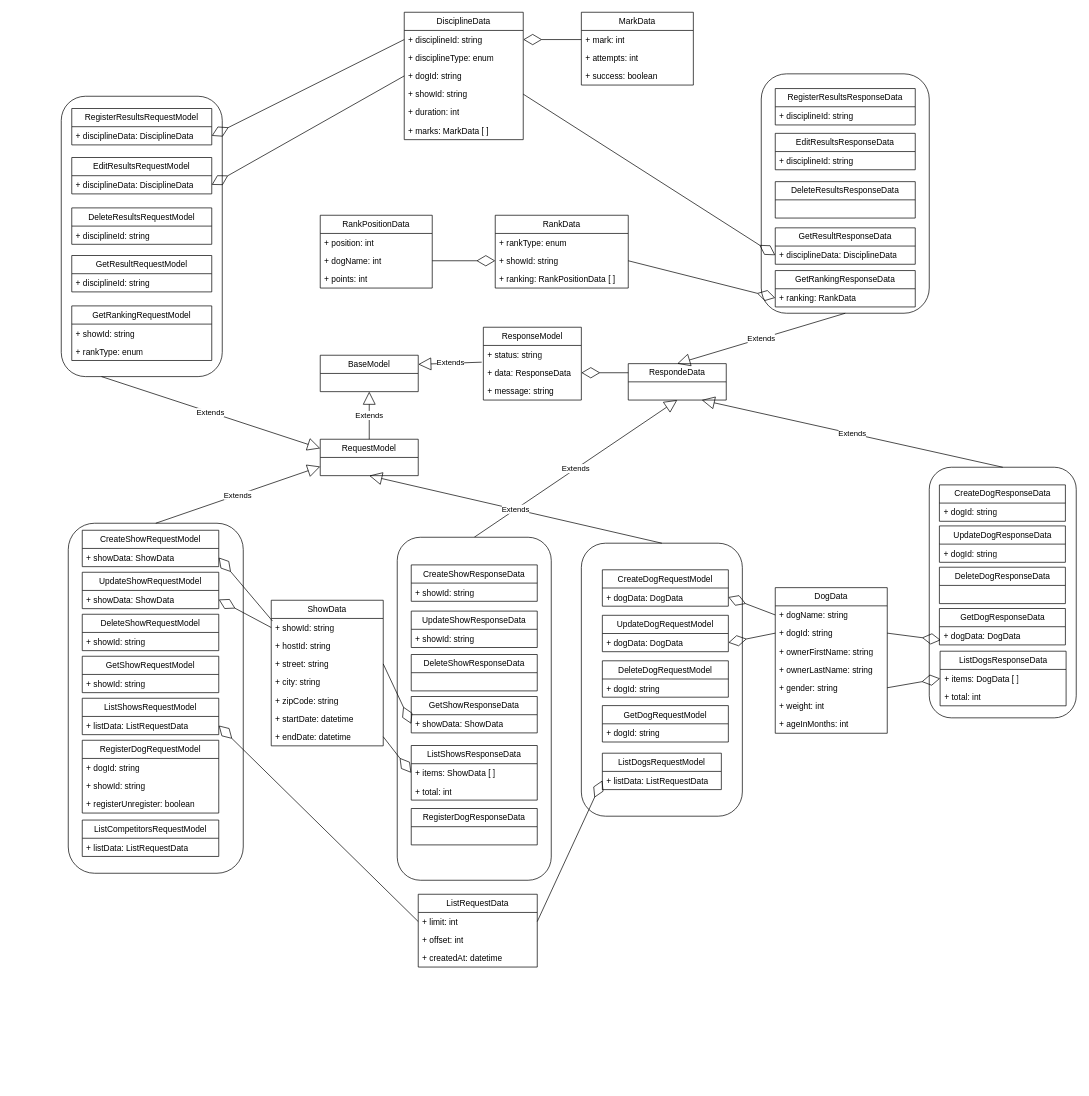
israel-lm/top-dog-show keeps this draw.io diagram as page "competition-entities" (5 of 5) of documentation/design/top-dog-show-data-model.drawio. Above is the earlier version. Source tidied: cells renumbered, new cells numbered last; positions are measured from the earlier drawing's top-left corner, leaving out a move shared by most shapes. Both pictures are drawn from the tidied source at 70%, with x=0, y=0 at pixel (12, 12).
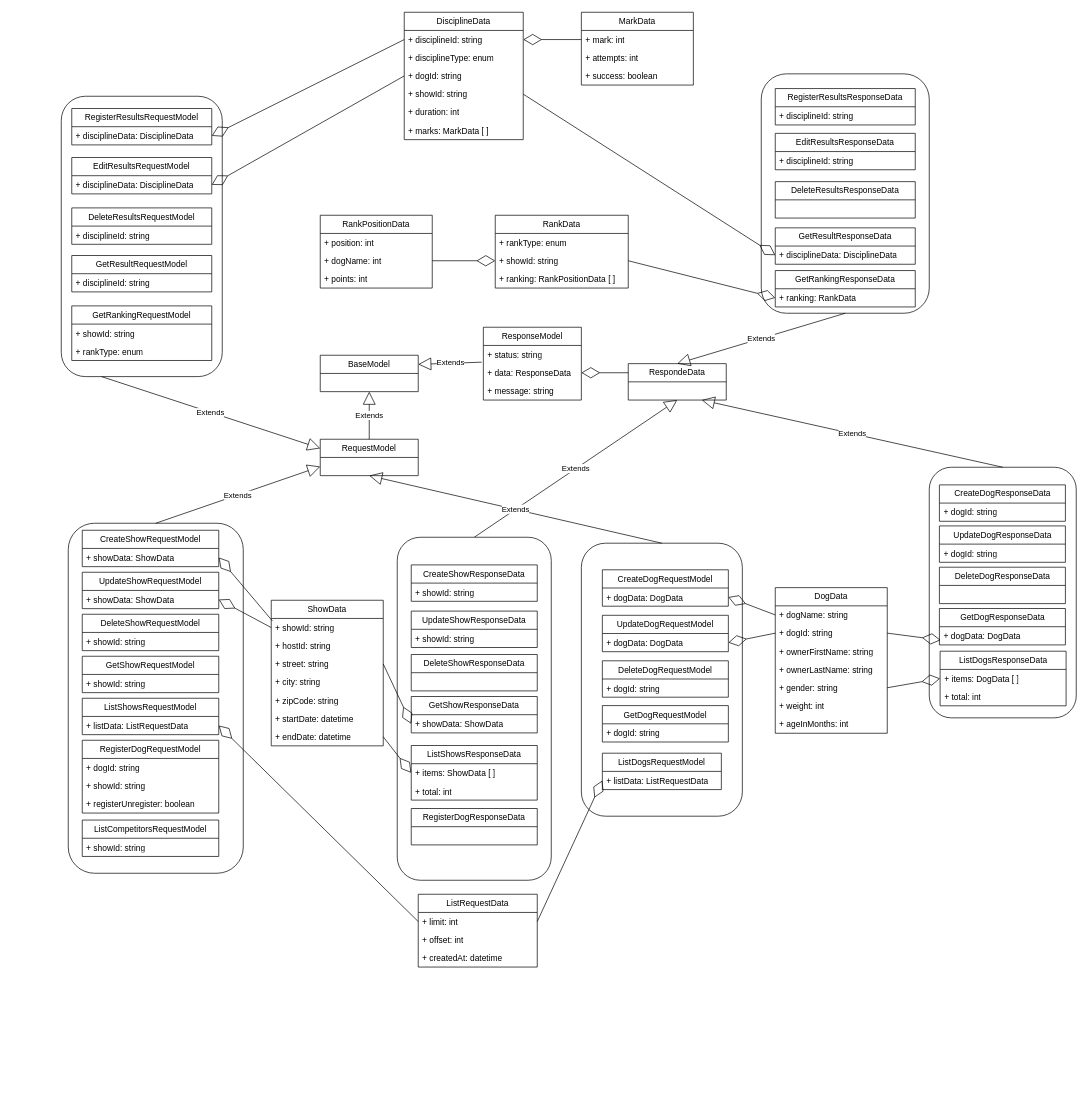
The same page after the edit.

The change refers to these unchanged cells:
```xml
<mxCell id="66" value="ListCompetitorsRequestModel" style="swimlane;fontStyle=0;horizontal=1;startSize=26;fillColor=none;whiteSpace=wrap;html=1;" parent="51" vertex="1">
  <mxGeometry x="20" y="424" width="195" height="52" as="geometry" />
</mxCell>
```

Change to the diagram source:
```diff
@@
-    <mxCell id="67" value="+ listData: ListRequestData" style="text;strokeColor=none;fillColor=none;align=left;verticalAlign=top;spacingLeft=4;spacingRight=4;overflow=hidden;whiteSpace=wrap;html=1;" parent="66" vertex="1">
+    <mxCell id="67" value="+ showId: string" style="text;strokeColor=none;fillColor=none;align=left;verticalAlign=top;spacingLeft=4;spacingRight=4;overflow=hidden;whiteSpace=wrap;html=1;" parent="66" vertex="1">
       <mxGeometry y="26" width="195" height="26" as="geometry" />
     </mxCell>
```
